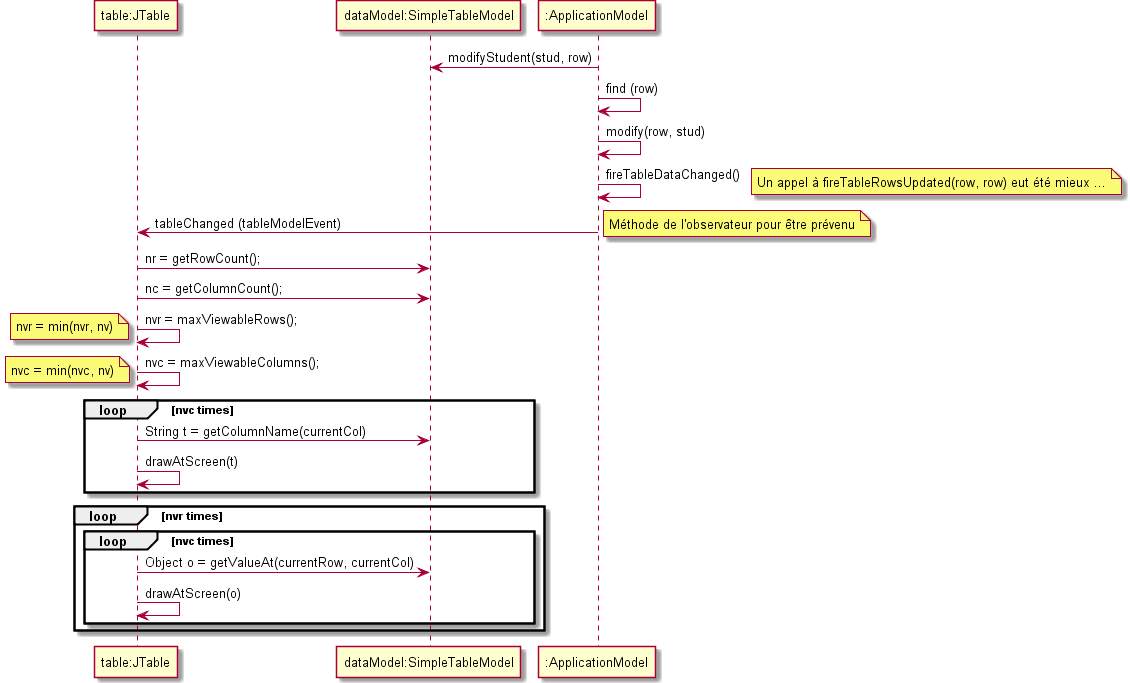
IUT-Blagnac/cpoa keeps this PlantUML diagram as images/td6.Fireupdate.png. Above is the earlier version. The source it was exported from:
```plantuml
@startuml

participant "table:JTable" as table
participant "dataModel:SimpleTableModel" as dataModel
participant ":ApplicationModel" as am

am -> dataModel : modifyStudent(stud, row)
am -> am : find (row)
am -> am : modify(row, stud)

am -> am : fireTableDataChanged()
note right: Un appel à fireTableRowsUpdated(row, row) eut été mieux ...

am -> table : tableChanged (tableModelEvent)
note right: Méthode de l'observateur pour être prévenu

table -> dataModel : nr = getRowCount();
table -> dataModel : nc = getColumnCount();
table -> table : nvr = maxViewableRows();
note left
	nvr = min(nvr, nv)
end note
table -> table : nvc = maxViewableColumns();
note left
	nvc = min(nvc, nv)
end note

loop nvc times
	table -> dataModel : String t = getColumnName(currentCol)
	table -> table : drawAtScreen(t)
end

loop nvr times
    loop nvc times
		table -> dataModel : Object o = getValueAt(currentRow, currentCol)
		table -> table : drawAtScreen(o)
	end
end

@enduml
```
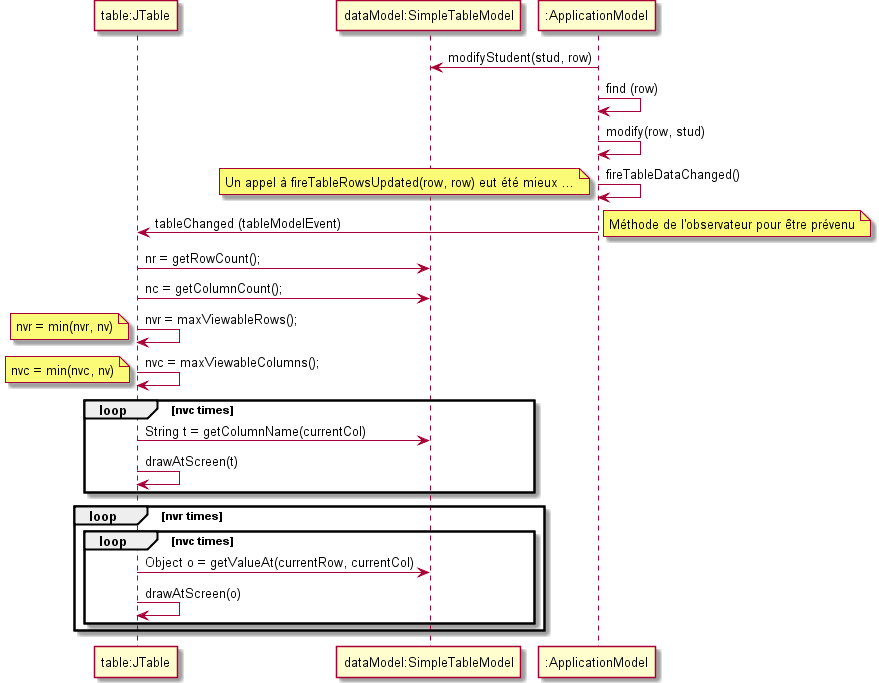
Above is the later version.

Change to the diagram source:
```diff
@@ -9,7 +9,7 @@
 am -> am : modify(row, stud)
 
 am -> am : fireTableDataChanged()
-note right: Un appel à fireTableRowsUpdated(row, row) eut été mieux ...
+note left: Un appel à fireTableRowsUpdated(row, row) eut été mieux ...
 
 am -> table : tableChanged (tableModelEvent)
 note right: Méthode de l'observateur pour être prévenu
```
